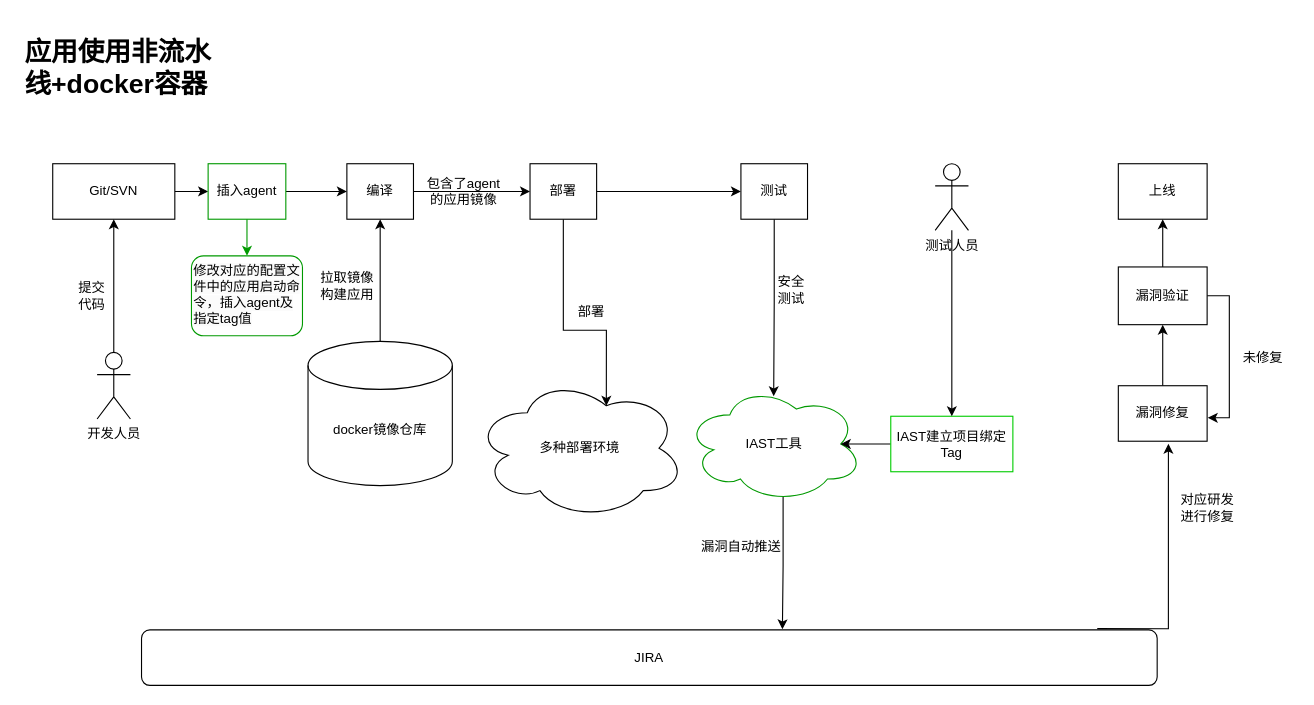
coutcin-xw/FlowChart keeps this draw.io diagram as 非流水线容器启动.drawio. Above is the earlier version. Source tidied: cells renumbered, new cells numbered last; positions are measured from the earlier drawing's top-left corner, leaving out a move shared by most shapes. Both pictures are drawn from the tidied source at 111%, with x=0, y=0 at pixel (19, 30).
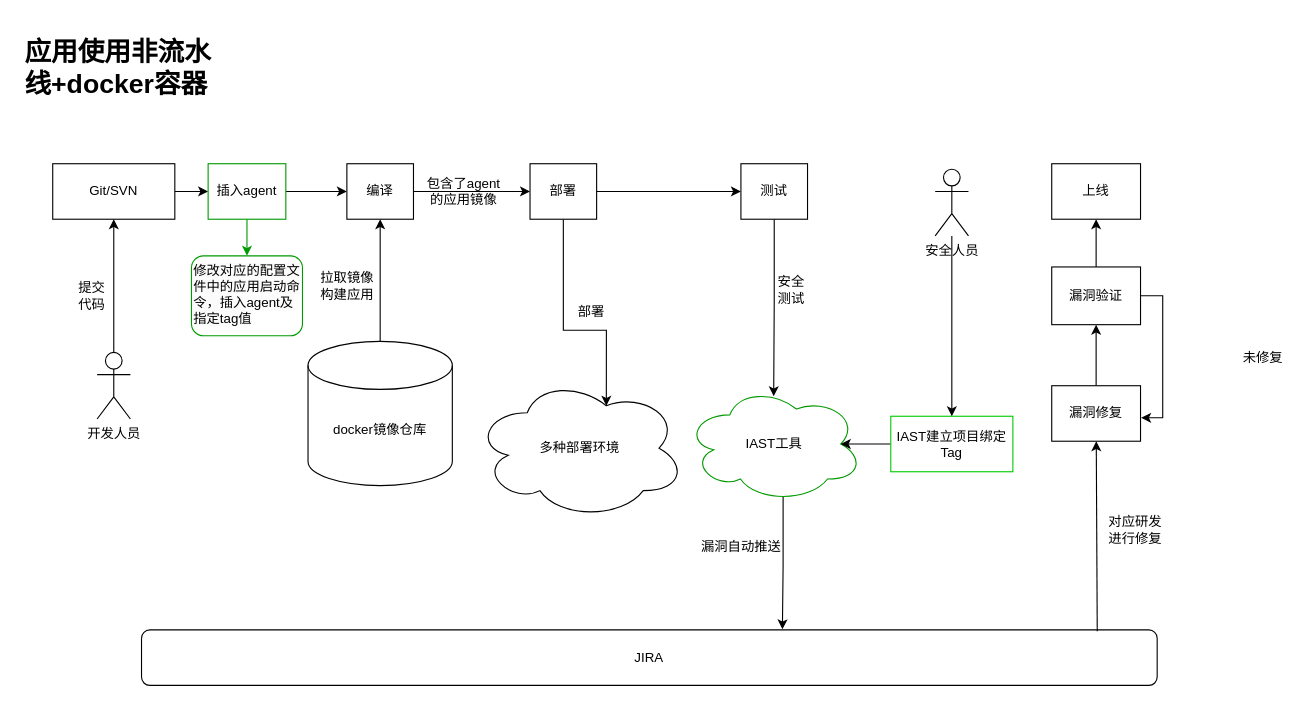
The same page after the edit.

Commit message (it also covers changes not shown here):
更新非流水线容器启动.drawio

Unchanged cells that the change refers to:
```xml
<mxCell id="34" value="JIRA" style="rounded=1;whiteSpace=wrap;html=1;" parent="1" vertex="1">
  <mxGeometry x="110" y="540" width="915" height="50" as="geometry" />
</mxCell>
```

Diff of the diagram source:
```diff
@@
     <mxCell id="23" value="上线" style="whiteSpace=wrap;html=1;" parent="1" vertex="1">
-      <mxGeometry x="990" y="120" width="80" height="50" as="geometry" />
+      <mxGeometry x="930" y="120" width="80" height="50" as="geometry" />
     </mxCell>
@@
     <mxCell id="26" value="漏洞验证" style="whiteSpace=wrap;html=1;" parent="1" vertex="1">
-      <mxGeometry x="990" y="213" width="80" height="52" as="geometry" />
+      <mxGeometry x="930" y="213" width="80" height="52" as="geometry" />
     </mxCell>
@@
-    <mxCell id="29" style="edgeStyle=orthogonalEdgeStyle;rounded=0;jettySize=auto;html=1;entryX=0.564;entryY=1.045;entryDx=0;entryDy=0;entryPerimeter=0;exitX=0.941;exitY=-0.023;exitDx=0;exitDy=0;exitPerimeter=0;" parent="1" edge="1" source="34" target="30">
-      <mxGeometry relative="1" as="geometry">
-        <Array as="points">
-          <mxPoint x="1035" y="539" />
-        </Array>
-      </mxGeometry>
-    </mxCell>
     <mxCell id="30" value="漏洞修复" style="whiteSpace=wrap;html=1;" parent="1" vertex="1">
-      <mxGeometry x="990" y="320" width="80" height="50" as="geometry" />
+      <mxGeometry x="930" y="320" width="80" height="50" as="geometry" />
     </mxCell>
     <mxCell id="31" value="对应研发&lt;br&gt;进行修复" style="text;html=1;align=center;verticalAlign=middle;strokeColor=none;fillColor=none;" parent="1" vertex="1">
-      <mxGeometry x="1035" y="410" width="70" height="40" as="geometry" />
+      <mxGeometry x="970" y="430" width="70" height="40" as="geometry" />
     </mxCell>
@@
-    <mxCell id="42" value="测试人员" style="shape=umlActor;verticalLabelPosition=bottom;verticalAlign=top;html=1;outlineConnect=0;" parent="1" vertex="1">
-      <mxGeometry x="825" y="120" width="30" height="60" as="geometry" />
+    <mxCell id="42" value="安全人员" style="shape=umlActor;verticalLabelPosition=bottom;verticalAlign=top;html=1;outlineConnect=0;" parent="1" vertex="1">
+      <mxGeometry x="825" y="125" width="30" height="60" as="geometry" />
     </mxCell>
+    <mxCell id="29" style="endArrow=classic;html=1;rounded=0;exitX=0.941;exitY=0.023;exitDx=0;exitDy=0;exitPerimeter=0;" parent="1" edge="1" source="34" target="30">
+      <mxGeometry relative="1" as="geometry" />
+    </mxCell>
```
